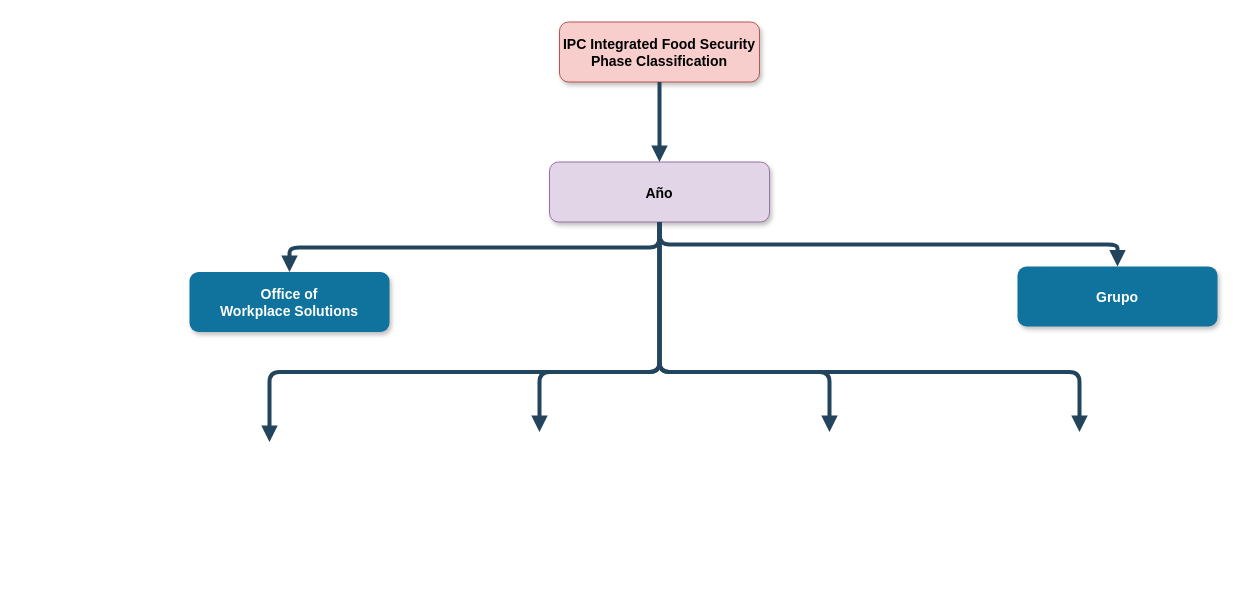
Before: Unbenanntes Diagramm.drawio in Andres1984/Andres.github.io, a draw.io diagram. Source tidied: cells renumbered, new cells numbered last; positions are measured from the earlier drawing's top-left corner, leaving out a move shared by most shapes. Both pictures are drawn from the tidied source at 100%, with x=0, y=0 at pixel (189, 22).
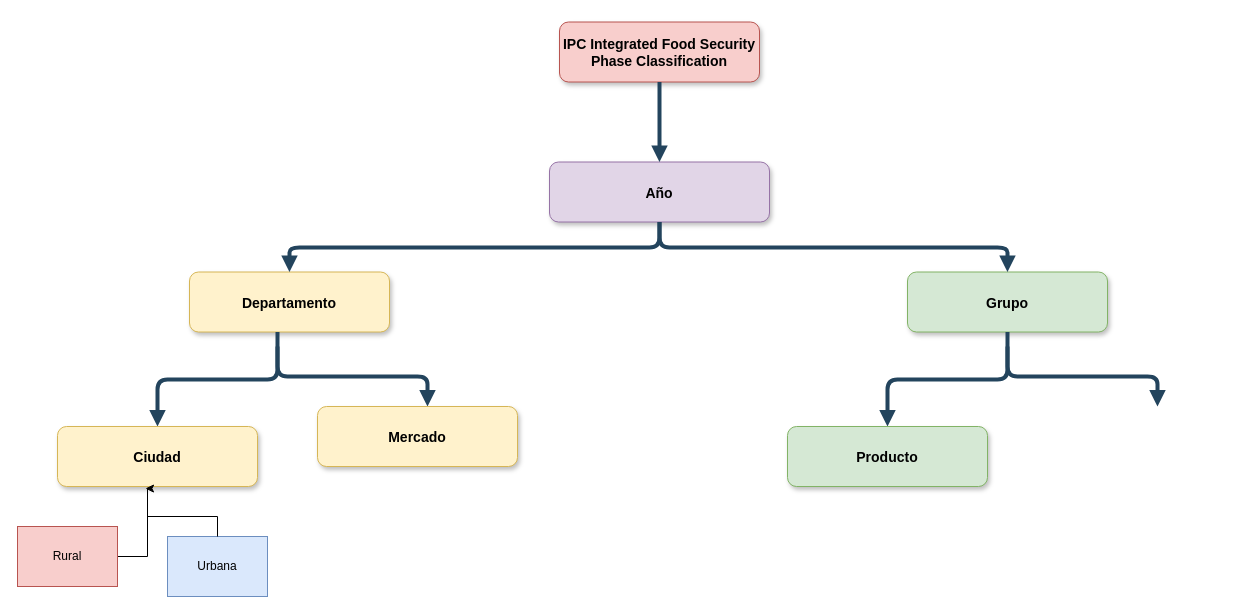
Above is the later version.

The change refers to these unchanged cells:
```xml
<mxCell id="3" value="Año" style="rounded=1;fillColor=#e1d5e7;strokeColor=#9673a6;shadow=1;fontStyle=1;fontSize=14;" parent="1" vertex="1">
  <mxGeometry x="360" y="139.5" width="220" height="60" as="geometry" />
</mxCell>
```

The edit, as a diff of the source:
```diff
@@
-    <mxCell id="4" value="Office of &#10;Workplace Solutions" style="rounded=1;fillColor=#10739E;strokeColor=none;shadow=1;gradientColor=none;fontStyle=1;fontColor=#FFFFFF;fontSize=14;" parent="1" vertex="1">
+    <mxCell id="4" value="Departamento" style="rounded=1;fillColor=#fff2cc;strokeColor=#d6b656;shadow=1;fontStyle=1;fontSize=14;" parent="1" vertex="1">
       <mxGeometry y="249.5" width="200" height="60" as="geometry" />
     </mxCell>
-    <mxCell id="5" value="Grupo" style="rounded=1;fillColor=#10739E;strokeColor=none;shadow=1;gradientColor=none;fontStyle=1;fontColor=#FFFFFF;fontSize=14;" parent="1" vertex="1">
-      <mxGeometry x="828" y="244" width="200" height="60" as="geometry" />
+    <mxCell id="5" value="Grupo" style="rounded=1;fillColor=#d5e8d4;strokeColor=#82b366;shadow=1;fontStyle=1;fontSize=14;" parent="1" vertex="1">
+      <mxGeometry x="718" y="249.5" width="200" height="60" as="geometry" />
     </mxCell>
@@
-    <mxCell id="9" style="edgeStyle=elbowEdgeStyle;elbow=vertical;strokeWidth=4;endArrow=block;endFill=1;fontStyle=1;strokeColor=#23445D;" parent="1" edge="1" source="3">
-      <mxGeometry x="22" y="165.5" as="geometry">
-        <mxPoint x="80" y="419.5" as="targetPoint" />
-        <Array as="points">
-          <mxPoint x="250" y="349.5" />
-        </Array>
-      </mxGeometry>
-    </mxCell>
-    <mxCell id="10" style="edgeStyle=elbowEdgeStyle;elbow=vertical;strokeWidth=4;endArrow=block;endFill=1;fontStyle=1;strokeColor=#23445D;" parent="1" edge="1" source="3">
-      <mxGeometry x="22" y="165.5" as="geometry">
-        <mxPoint x="890" y="409.5" as="targetPoint" />
-        <Array as="points">
-          <mxPoint x="670" y="349.5" />
-        </Array>
-      </mxGeometry>
-    </mxCell>
-    <mxCell id="11" style="edgeStyle=elbowEdgeStyle;elbow=vertical;strokeWidth=4;endArrow=block;endFill=1;fontStyle=1;strokeColor=#23445D;" parent="1" edge="1" source="3">
-      <mxGeometry x="22" y="165.5" as="geometry">
-        <mxPoint x="350" y="409.5" as="targetPoint" />
-        <Array as="points">
-          <mxPoint x="350" y="349.5" />
-        </Array>
-      </mxGeometry>
-    </mxCell>
-    <mxCell id="12" style="edgeStyle=elbowEdgeStyle;elbow=vertical;strokeWidth=4;endArrow=block;endFill=1;fontStyle=1;strokeColor=#23445D;" parent="1" edge="1" source="3">
-      <mxGeometry x="22" y="165.5" as="geometry">
-        <mxPoint x="640" y="409.5" as="targetPoint" />
-        <Array as="points">
-          <mxPoint x="640" y="349.5" />
-        </Array>
-      </mxGeometry>
-    </mxCell>
+    <mxCell id="13" style="edgeStyle=elbowEdgeStyle;elbow=vertical;strokeWidth=4;endArrow=block;endFill=1;fontStyle=1;strokeColor=#23445D;" parent="1" edge="1">
+      <mxGeometry x="-360" y="275.5" as="geometry">
+        <mxPoint x="88" y="309.5" as="sourcePoint" />
+        <mxPoint x="-32" y="404" as="targetPoint" />
+      </mxGeometry>
+    </mxCell>
+    <mxCell id="14" style="edgeStyle=elbowEdgeStyle;elbow=vertical;strokeWidth=4;endArrow=block;endFill=1;fontStyle=1;strokeColor=#23445D;" parent="1" edge="1">
+      <mxGeometry x="-360" y="290" as="geometry">
+        <mxPoint x="88" y="324" as="sourcePoint" />
+        <mxPoint x="238" y="384" as="targetPoint" />
+      </mxGeometry>
+    </mxCell>
+    <mxCell id="15" value="Mercado" style="rounded=1;fillColor=#fff2cc;strokeColor=#d6b656;shadow=1;fontStyle=1;fontSize=14;" parent="1" vertex="1">
+      <mxGeometry x="128" y="384" width="200" height="60" as="geometry" />
+    </mxCell>
+    <mxCell id="16" value="Ciudad" style="rounded=1;fillColor=#fff2cc;strokeColor=#d6b656;shadow=1;fontStyle=1;fontSize=14;" parent="1" vertex="1">
+      <mxGeometry x="-132" y="404" width="200" height="60" as="geometry" />
+    </mxCell>
+    <mxCell id="17" style="edgeStyle=elbowEdgeStyle;elbow=vertical;strokeWidth=4;endArrow=block;endFill=1;fontStyle=1;strokeColor=#23445D;" parent="1" edge="1">
+      <mxGeometry x="370" y="290" as="geometry">
+        <mxPoint x="818" y="324" as="sourcePoint" />
+        <mxPoint x="968" y="384" as="targetPoint" />
+      </mxGeometry>
+    </mxCell>
+    <mxCell id="18" style="edgeStyle=elbowEdgeStyle;elbow=vertical;strokeWidth=4;endArrow=block;endFill=1;fontStyle=1;strokeColor=#23445D;" parent="1" edge="1">
+      <mxGeometry x="370" y="275.5" as="geometry">
+        <mxPoint x="818" y="309.5" as="sourcePoint" />
+        <mxPoint x="698" y="404" as="targetPoint" />
+      </mxGeometry>
+    </mxCell>
+    <mxCell id="19" value="Producto" style="rounded=1;fillColor=#d5e8d4;strokeColor=#82b366;shadow=1;fontStyle=1;fontSize=14;" parent="1" vertex="1">
+      <mxGeometry x="598" y="404" width="200" height="60" as="geometry" />
+    </mxCell>
+    <mxCell id="20" value="Urbana" style="whiteSpace=wrap;html=1;align=center;verticalAlign=middle;newEdgeStyle={&quot;edgeStyle&quot;:&quot;elbowEdgeStyle&quot;,&quot;startArrow&quot;:&quot;none&quot;,&quot;endArrow&quot;:&quot;none&quot;};fillColor=#dae8fc;strokeColor=#6c8ebf;" parent="1" vertex="1">
+      <mxGeometry x="-22" y="514" width="100" height="60" as="geometry" />
+    </mxCell>
+    <mxCell id="21" style="edgeStyle=elbowEdgeStyle;elbow=vertical;startArrow=none;endArrow=none;rounded=0;" parent="1" edge="1" target="20">
+      <mxGeometry relative="1" as="geometry">
+        <mxPoint x="-42" y="474" as="sourcePoint" />
+      </mxGeometry>
+    </mxCell>
+    <mxCell id="22" style="edgeStyle=orthogonalEdgeStyle;rounded=0;jettySize=auto;html=1;entryX=0.44;entryY=1.033;entryDx=0;entryDy=0;entryPerimeter=0;" parent="1" edge="1" source="23" target="16">
+      <mxGeometry relative="1" as="geometry">
+        <Array as="points">
+          <mxPoint x="-42" y="534" />
+          <mxPoint x="-42" y="466" />
+        </Array>
+      </mxGeometry>
+    </mxCell>
+    <mxCell id="23" value="Rural" style="whiteSpace=wrap;html=1;align=center;verticalAlign=middle;newEdgeStyle={&quot;edgeStyle&quot;:&quot;elbowEdgeStyle&quot;,&quot;startArrow&quot;:&quot;none&quot;,&quot;endArrow&quot;:&quot;none&quot;};fillColor=#f8cecc;strokeColor=#b85450;" parent="1" vertex="1">
+      <mxGeometry x="-172" y="504" width="100" height="60" as="geometry" />
+    </mxCell>
```
